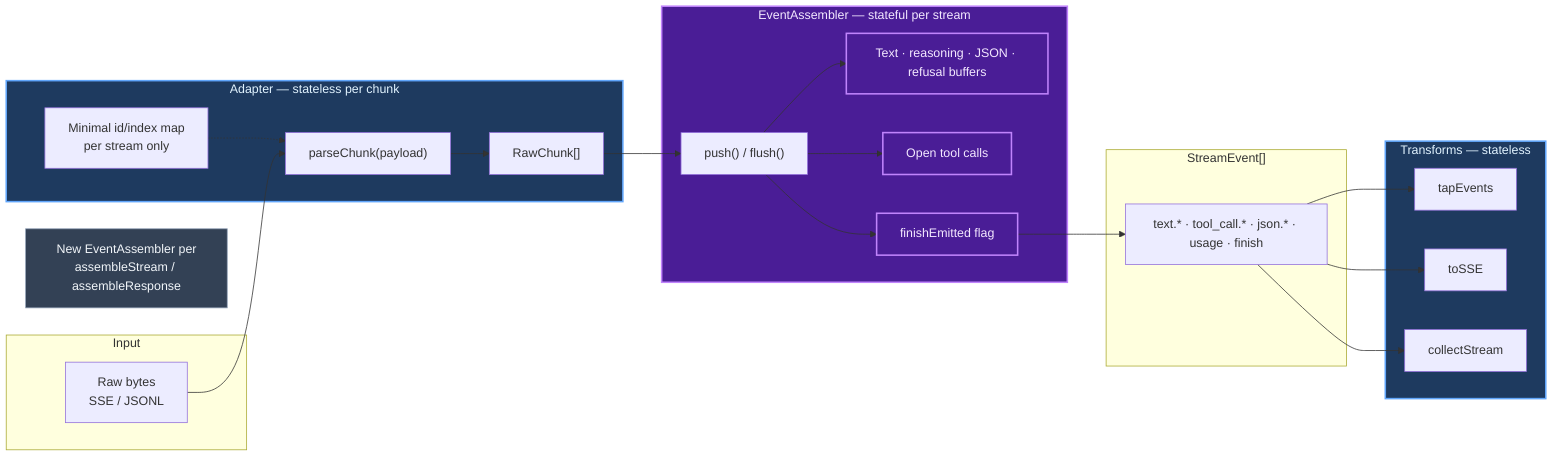
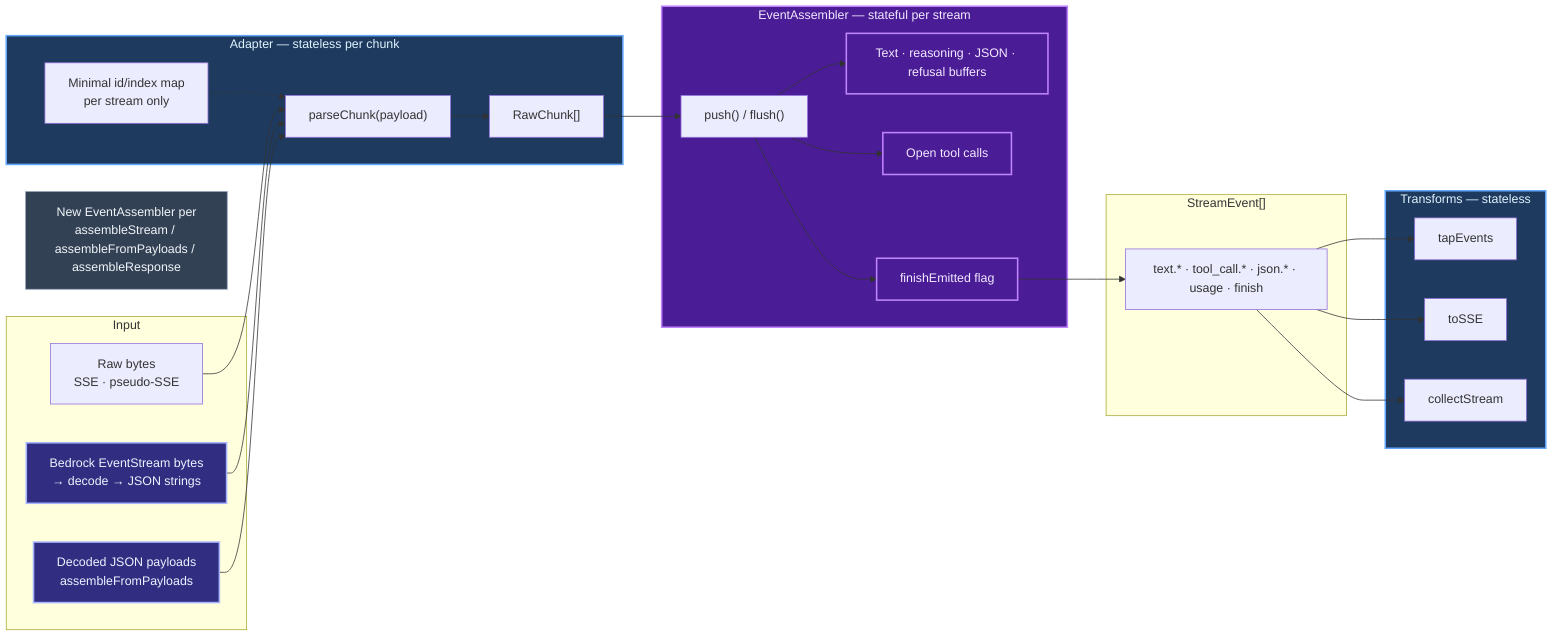
flowchart LR
	subgraph IN["Input"]
- 		BYTES["Raw bytes<br/>SSE / JSONL"]
+ 		BYTES["Raw bytes<br/>SSE · pseudo-SSE"]
+ 		BRIN["Bedrock EventStream bytes<br/>→ decode → JSON strings"]
+ 		JSONL["Decoded JSON payloads<br/>assembleFromPayloads"]
	end

	subgraph ADAPTER["Adapter — stateless per chunk"]
		PC["parseChunk(payload)"]
		MAP["Minimal id/index map<br/>per stream only"]
		PC --> RC["RawChunk[]"]
		MAP -.-> PC
	end

	subgraph CORE["EventAssembler — stateful per stream"]
		BUF["Text · reasoning · JSON · refusal buffers"]
		TOOLS["Open tool calls"]
		FIN["finishEmitted flag"]
		RC --> EA["push() / flush()"]
		EA --> BUF
		EA --> TOOLS
		EA --> FIN
	end

	subgraph OUT["StreamEvent[]"]
		EV["text.* · tool_call.* · json.* · usage · finish"]
	end

	subgraph XFORM["Transforms — stateless"]
		TAP["tapEvents"]
		SSE["toSSE"]
		COL["collectStream"]
	end

	BYTES --> PC
+ 	BRIN --> PC
+ 	JSONL --> PC
	FIN --> EV
	EV --> TAP
	EV --> SSE
	EV --> COL

- 	NOTE["New EventAssembler per<br/>assembleStream / assembleResponse"]
+ 	NOTE["New EventAssembler per<br/>assembleStream / assembleFromPayloads / assembleResponse"]

	classDef stateless fill:#1e3a5f,stroke:#60a5fa,stroke-width:2px,color:#e0f2fe
	classDef stateful fill:#4a1d96,stroke:#c084fc,stroke-width:2px,color:#f3e8ff
+ 	classDef bedrock fill:#312e81,stroke:#a5b4fc,stroke-width:2px,color:#eef2ff
	classDef note fill:#334155,stroke:#94a3b8,stroke-width:1px,color:#f1f5f9

	class ADAPTER,XFORM stateless
	class CORE,BUF,TOOLS,FIN stateful
+ 	class BRIN,JSONL bedrock
	class NOTE note
